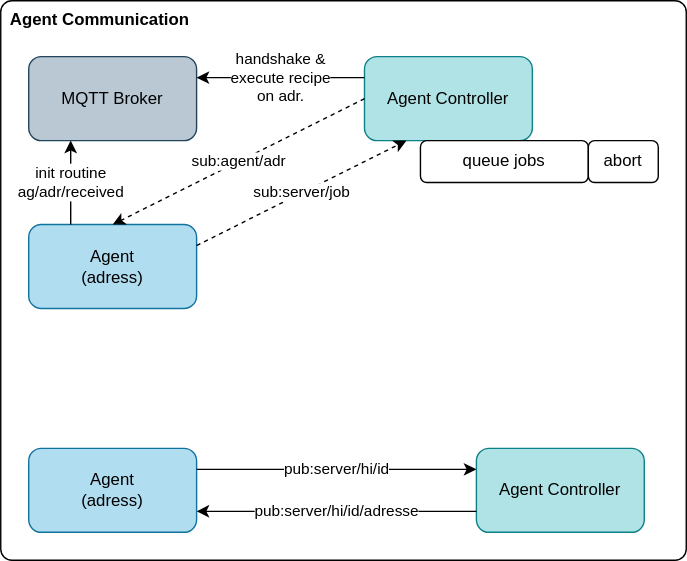
The draw.io diagram resources/agents.drawio.svg in codeiakofficial/cocktailmaker, before a commit. Source tidied: cells renumbered, new cells last; positions are measured from the earlier drawing's top-left corner, leaving out a move shared by most shapes. Its diagram source:
```xml
<mxGraphModel>
  <root>
    <mxCell id="0" />
    <mxCell id="1" parent="0" />
    <mxCell id="2" value="Agent Communication" style="rounded=1;whiteSpace=wrap;html=1;arcSize=2;align=left;verticalAlign=top;spacingLeft=5;fontStyle=1;" parent="1" vertex="1">
      <mxGeometry width="490" height="400" as="geometry" />
    </mxCell>
    <mxCell id="3" value="MQTT Broker" style="rounded=1;whiteSpace=wrap;html=1;fillColor=#bac8d3;strokeColor=#23445d;" parent="1" vertex="1">
      <mxGeometry x="20" y="40" width="120" height="60" as="geometry" />
    </mxCell>
    <mxCell id="4" value="Agent Controller" style="rounded=1;whiteSpace=wrap;html=1;fillColor=#b0e3e6;strokeColor=#0e8088;" parent="1" vertex="1">
      <mxGeometry x="260" y="40" width="120" height="60" as="geometry" />
    </mxCell>
    <mxCell id="5" value="Agent&lt;div&gt;(adress)&lt;/div&gt;" style="rounded=1;whiteSpace=wrap;html=1;fillColor=#b1ddf0;strokeColor=#10739e;" parent="1" vertex="1">
      <mxGeometry x="20" y="160" width="120" height="60" as="geometry" />
    </mxCell>
    <mxCell id="6" value="sub:agent/adr" style="endArrow=classic;html=1;rounded=0;entryX=0.5;entryY=0;entryDx=0;entryDy=0;exitX=0;exitY=0.5;exitDx=0;exitDy=0;dashed=1;" parent="1" edge="1" source="4" target="5">
      <mxGeometry relative="1" as="geometry" />
    </mxCell>
    <mxCell id="7" value="sub:server/job" style="endArrow=classic;html=1;rounded=0;entryX=0.25;entryY=1;entryDx=0;entryDy=0;exitX=1;exitY=0.25;exitDx=0;exitDy=0;dashed=1;" parent="1" edge="1" source="5" target="4">
      <mxGeometry relative="1" as="geometry" />
    </mxCell>
    <mxCell id="8" value="&lt;div&gt;handshake &amp;amp;&lt;/div&gt;execute recipe&lt;div&gt;on adr.&lt;/div&gt;" style="endArrow=classic;html=1;rounded=0;entryX=1;entryY=0.25;entryDx=0;entryDy=0;exitX=0;exitY=0.25;exitDx=0;exitDy=0;" parent="1" edge="1" source="4" target="3">
      <mxGeometry relative="1" as="geometry" />
    </mxCell>
    <mxCell id="9" value="&lt;div&gt;init routine&lt;/div&gt;ag/adr/received" style="endArrow=classic;html=1;rounded=0;entryX=0.25;entryY=1;entryDx=0;entryDy=0;exitX=0.25;exitY=0;exitDx=0;exitDy=0;" parent="1" edge="1" source="5" target="3">
      <mxGeometry relative="1" as="geometry" />
    </mxCell>
    <mxCell id="10" value="queue jobs" style="rounded=1;whiteSpace=wrap;html=1;" parent="1" vertex="1">
      <mxGeometry x="300" y="100" width="120" height="30" as="geometry" />
    </mxCell>
    <mxCell id="11" value="abort" style="rounded=1;whiteSpace=wrap;html=1;" parent="1" vertex="1">
      <mxGeometry x="420" y="100" width="50" height="30" as="geometry" />
    </mxCell>
    <mxCell id="12" value="Agent&lt;div&gt;(adress)&lt;/div&gt;" style="rounded=1;whiteSpace=wrap;html=1;fillColor=#b1ddf0;strokeColor=#10739e;" parent="1" vertex="1">
      <mxGeometry x="20" y="320" width="120" height="60" as="geometry" />
    </mxCell>
    <mxCell id="13" value="Agent Controller" style="rounded=1;whiteSpace=wrap;html=1;fillColor=#b0e3e6;strokeColor=#0e8088;" parent="1" vertex="1">
      <mxGeometry x="340" y="320" width="120" height="60" as="geometry" />
    </mxCell>
    <mxCell id="14" value="pub:server/hi/id" style="endArrow=classic;html=1;rounded=0;exitX=1;exitY=0.25;exitDx=0;exitDy=0;entryX=0;entryY=0.25;entryDx=0;entryDy=0;" parent="1" edge="1" source="12" target="13">
      <mxGeometry relative="1" as="geometry" />
    </mxCell>
    <mxCell id="15" value="pub:server/hi/id/adresse" style="endArrow=classic;html=1;rounded=0;exitX=0;exitY=0.75;exitDx=0;exitDy=0;entryX=1;entryY=0.75;entryDx=0;entryDy=0;" parent="1" edge="1" source="13" target="12">
      <mxGeometry relative="1" as="geometry" />
    </mxCell>
  </root>
</mxGraphModel>
```
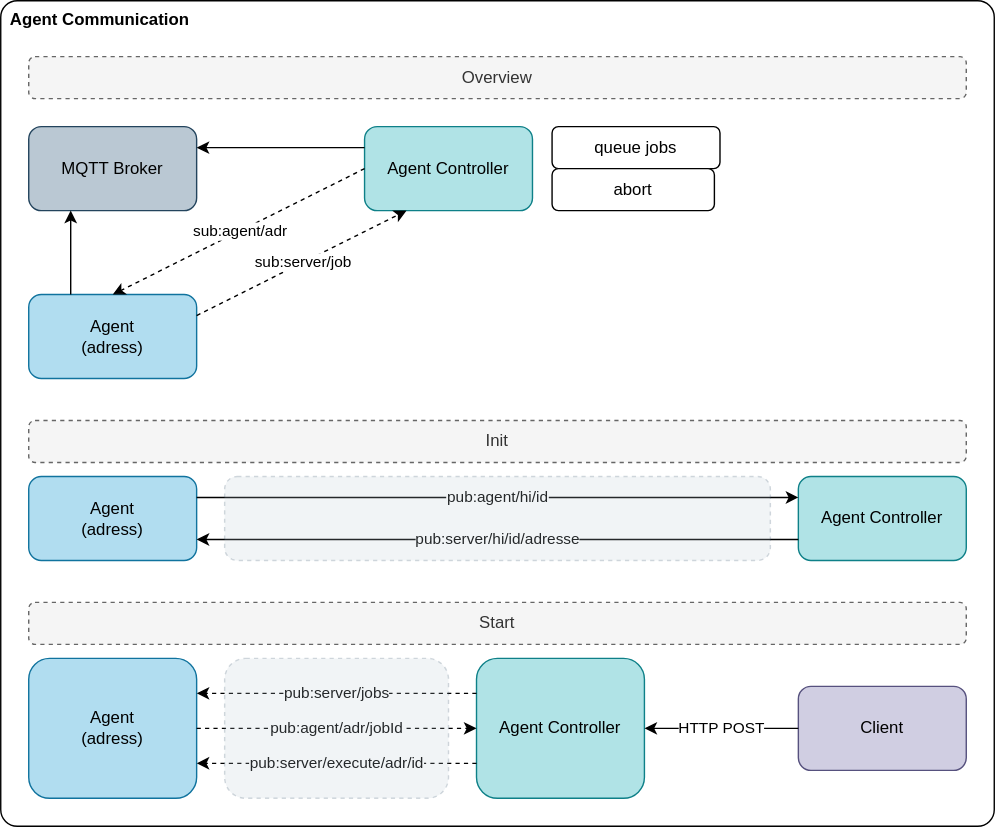
After the commit.

The edit, as a diff of the source:
```diff
@@ -3,16 +3,16 @@
     <mxCell id="0" />
     <mxCell id="1" parent="0" />
     <mxCell id="2" value="Agent Communication" style="rounded=1;whiteSpace=wrap;html=1;arcSize=2;align=left;verticalAlign=top;spacingLeft=5;fontStyle=1;" parent="1" vertex="1">
-      <mxGeometry width="490" height="400" as="geometry" />
+      <mxGeometry width="710" height="590" as="geometry" />
     </mxCell>
     <mxCell id="3" value="MQTT Broker" style="rounded=1;whiteSpace=wrap;html=1;fillColor=#bac8d3;strokeColor=#23445d;" parent="1" vertex="1">
-      <mxGeometry x="20" y="40" width="120" height="60" as="geometry" />
+      <mxGeometry x="20" y="90" width="120" height="60" as="geometry" />
     </mxCell>
     <mxCell id="4" value="Agent Controller" style="rounded=1;whiteSpace=wrap;html=1;fillColor=#b0e3e6;strokeColor=#0e8088;" parent="1" vertex="1">
-      <mxGeometry x="260" y="40" width="120" height="60" as="geometry" />
+      <mxGeometry x="260" y="90" width="120" height="60" as="geometry" />
     </mxCell>
     <mxCell id="5" value="Agent&lt;div&gt;(adress)&lt;/div&gt;" style="rounded=1;whiteSpace=wrap;html=1;fillColor=#b1ddf0;strokeColor=#10739e;" parent="1" vertex="1">
-      <mxGeometry x="20" y="160" width="120" height="60" as="geometry" />
+      <mxGeometry x="20" y="210" width="120" height="60" as="geometry" />
     </mxCell>
     <mxCell id="6" value="sub:agent/adr" style="endArrow=classic;html=1;rounded=0;entryX=0.5;entryY=0;entryDx=0;entryDy=0;exitX=0;exitY=0.5;exitDx=0;exitDy=0;dashed=1;" parent="1" edge="1" source="4" target="5">
       <mxGeometry relative="1" as="geometry" />
@@ -20,29 +20,67 @@
     <mxCell id="7" value="sub:server/job" style="endArrow=classic;html=1;rounded=0;entryX=0.25;entryY=1;entryDx=0;entryDy=0;exitX=1;exitY=0.25;exitDx=0;exitDy=0;dashed=1;" parent="1" edge="1" source="5" target="4">
       <mxGeometry relative="1" as="geometry" />
     </mxCell>
-    <mxCell id="8" value="&lt;div&gt;handshake &amp;amp;&lt;/div&gt;execute recipe&lt;div&gt;on adr.&lt;/div&gt;" style="endArrow=classic;html=1;rounded=0;entryX=1;entryY=0.25;entryDx=0;entryDy=0;exitX=0;exitY=0.25;exitDx=0;exitDy=0;" parent="1" edge="1" source="4" target="3">
+    <mxCell id="8" style="endArrow=classic;html=1;rounded=0;entryX=1;entryY=0.25;entryDx=0;entryDy=0;exitX=0;exitY=0.25;exitDx=0;exitDy=0;" parent="1" edge="1" source="4" target="3">
       <mxGeometry relative="1" as="geometry" />
     </mxCell>
-    <mxCell id="9" value="&lt;div&gt;init routine&lt;/div&gt;ag/adr/received" style="endArrow=classic;html=1;rounded=0;entryX=0.25;entryY=1;entryDx=0;entryDy=0;exitX=0.25;exitY=0;exitDx=0;exitDy=0;" parent="1" edge="1" source="5" target="3">
+    <mxCell id="9" style="endArrow=classic;html=1;rounded=0;entryX=0.25;entryY=1;entryDx=0;entryDy=0;exitX=0.25;exitY=0;exitDx=0;exitDy=0;" parent="1" edge="1" source="5" target="3">
       <mxGeometry relative="1" as="geometry" />
     </mxCell>
     <mxCell id="10" value="queue jobs" style="rounded=1;whiteSpace=wrap;html=1;" parent="1" vertex="1">
-      <mxGeometry x="300" y="100" width="120" height="30" as="geometry" />
+      <mxGeometry x="394" y="90" width="120" height="30" as="geometry" />
     </mxCell>
     <mxCell id="11" value="abort" style="rounded=1;whiteSpace=wrap;html=1;" parent="1" vertex="1">
-      <mxGeometry x="420" y="100" width="50" height="30" as="geometry" />
+      <mxGeometry x="394" y="120" width="116" height="30" as="geometry" />
     </mxCell>
     <mxCell id="12" value="Agent&lt;div&gt;(adress)&lt;/div&gt;" style="rounded=1;whiteSpace=wrap;html=1;fillColor=#b1ddf0;strokeColor=#10739e;" parent="1" vertex="1">
-      <mxGeometry x="20" y="320" width="120" height="60" as="geometry" />
+      <mxGeometry x="20" y="340" width="120" height="60" as="geometry" />
     </mxCell>
     <mxCell id="13" value="Agent Controller" style="rounded=1;whiteSpace=wrap;html=1;fillColor=#b0e3e6;strokeColor=#0e8088;" parent="1" vertex="1">
-      <mxGeometry x="340" y="320" width="120" height="60" as="geometry" />
+      <mxGeometry x="570" y="340" width="120" height="60" as="geometry" />
     </mxCell>
-    <mxCell id="14" value="pub:server/hi/id" style="endArrow=classic;html=1;rounded=0;exitX=1;exitY=0.25;exitDx=0;exitDy=0;entryX=0;entryY=0.25;entryDx=0;entryDy=0;" parent="1" edge="1" source="12" target="13">
-      <mxGeometry relative="1" as="geometry" />
-    </mxCell>
     <mxCell id="15" value="pub:server/hi/id/adresse" style="endArrow=classic;html=1;rounded=0;exitX=0;exitY=0.75;exitDx=0;exitDy=0;entryX=1;entryY=0.75;entryDx=0;entryDy=0;" parent="1" edge="1" source="13" target="12">
       <mxGeometry relative="1" as="geometry" />
     </mxCell>
+    <mxCell id="16" value="Init" style="rounded=1;whiteSpace=wrap;html=1;fillColor=#f5f5f5;strokeColor=#666666;dashed=1;fontColor=#333333;" parent="1" vertex="1">
+      <mxGeometry x="20" y="300" width="670" height="30" as="geometry" />
+    </mxCell>
+    <mxCell id="17" value="Overview" style="rounded=1;whiteSpace=wrap;html=1;fillColor=#f5f5f5;strokeColor=#666666;dashed=1;fontColor=#333333;" parent="1" vertex="1">
+      <mxGeometry x="20" y="40" width="670" height="30" as="geometry" />
+    </mxCell>
+    <mxCell id="18" value="Agent&lt;div&gt;(adress)&lt;/div&gt;" style="rounded=1;whiteSpace=wrap;html=1;fillColor=#b1ddf0;strokeColor=#10739e;" parent="1" vertex="1">
+      <mxGeometry x="20" y="470" width="120" height="100" as="geometry" />
+    </mxCell>
+    <mxCell id="19" value="Agent Controller" style="rounded=1;whiteSpace=wrap;html=1;fillColor=#b0e3e6;strokeColor=#0e8088;" parent="1" vertex="1">
+      <mxGeometry x="340" y="470" width="120" height="100" as="geometry" />
+    </mxCell>
+    <mxCell id="20" value="pub:agent/adr/jobId" style="endArrow=classic;html=1;rounded=0;entryX=0;entryY=0.5;entryDx=0;entryDy=0;exitX=1;exitY=0.5;exitDx=0;exitDy=0;dashed=1;" parent="1" edge="1" source="18" target="19">
+      <mxGeometry relative="1" as="geometry" />
+    </mxCell>
+    <mxCell id="21" value="pub:server/jobs" style="endArrow=classic;html=1;rounded=0;exitX=0;exitY=0.25;exitDx=0;exitDy=0;entryX=1;entryY=0.25;entryDx=0;entryDy=0;dashed=1;" parent="1" edge="1" source="19" target="18">
+      <mxGeometry relative="1" as="geometry" />
+    </mxCell>
+    <mxCell id="22" value="Start" style="rounded=1;whiteSpace=wrap;html=1;fillColor=#f5f5f5;strokeColor=#666666;dashed=1;fontColor=#333333;" parent="1" vertex="1">
+      <mxGeometry x="20" y="430" width="670" height="30" as="geometry" />
+    </mxCell>
+    <mxCell id="23" value="Client" style="rounded=1;whiteSpace=wrap;html=1;fillColor=#d0cee2;strokeColor=#56517e;" parent="1" vertex="1">
+      <mxGeometry x="570" y="490" width="120" height="60" as="geometry" />
+    </mxCell>
+    <mxCell id="24" value="HTTP POST" style="endArrow=classic;html=1;rounded=0;exitX=0;exitY=0.5;exitDx=0;exitDy=0;" parent="1" edge="1" source="23" target="19">
+      <mxGeometry relative="1" as="geometry" />
+    </mxCell>
+    <mxCell id="25" value="&lt;meta charset=&quot;utf-8&quot;&gt;&lt;span style=&quot;color: rgb(0, 0, 0); font-family: Helvetica; font-size: 11px; font-style: normal; font-variant-ligatures: normal; font-variant-caps: normal; font-weight: 400; letter-spacing: normal; orphans: 2; text-align: center; text-indent: 0px; text-transform: none; widows: 2; word-spacing: 0px; -webkit-text-stroke-width: 0px; white-space: nowrap; background-color: rgb(255, 255, 255); text-decoration-thickness: initial; text-decoration-style: initial; text-decoration-color: initial; display: inline !important; float: none;&quot;&gt;pub:agent/hi/id&lt;/span&gt;" style="endArrow=classic;html=1;rounded=0;entryX=0;entryY=0.25;entryDx=0;entryDy=0;" parent="1" edge="1" target="13">
+      <mxGeometry relative="1" as="geometry">
+        <mxPoint x="140" y="355" as="sourcePoint" />
+      </mxGeometry>
+    </mxCell>
+    <mxCell id="26" style="rounded=1;whiteSpace=wrap;html=1;fillColor=#bac8d3;strokeColor=#23445d;dashed=1;opacity=20;" parent="1" vertex="1">
+      <mxGeometry x="160" y="340" width="390" height="60" as="geometry" />
+    </mxCell>
+    <mxCell id="27" value="pub:server/execute/adr/id" style="endArrow=classic;html=1;rounded=0;exitX=0;exitY=0.75;exitDx=0;exitDy=0;entryX=1;entryY=0.75;entryDx=0;entryDy=0;dashed=1;" parent="1" edge="1" source="19" target="18">
+      <mxGeometry relative="1" as="geometry" />
+    </mxCell>
+    <mxCell id="28" style="rounded=1;whiteSpace=wrap;html=1;fillColor=#bac8d3;strokeColor=#23445d;dashed=1;opacity=20;" parent="1" vertex="1">
+      <mxGeometry x="160" y="470" width="160" height="100" as="geometry" />
+    </mxCell>
   </root>
 </mxGraphModel>
```
